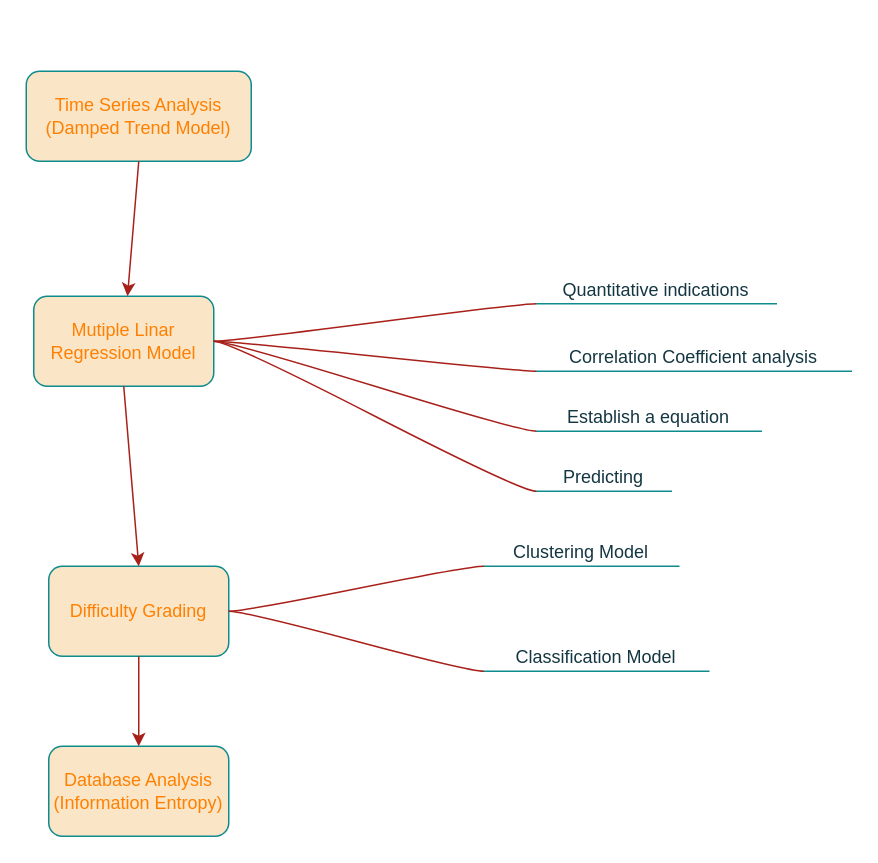
Before: 未命名绘图.drawio in Ember0520/Ember0520, a draw.io diagram. Source tidied: cells renumbered, new cells numbered last; positions are measured from the earlier drawing's top-left corner, leaving out a move shared by most shapes. Both pictures are drawn from the tidied source at 150%, with x=0, y=0 at pixel (26, 70).
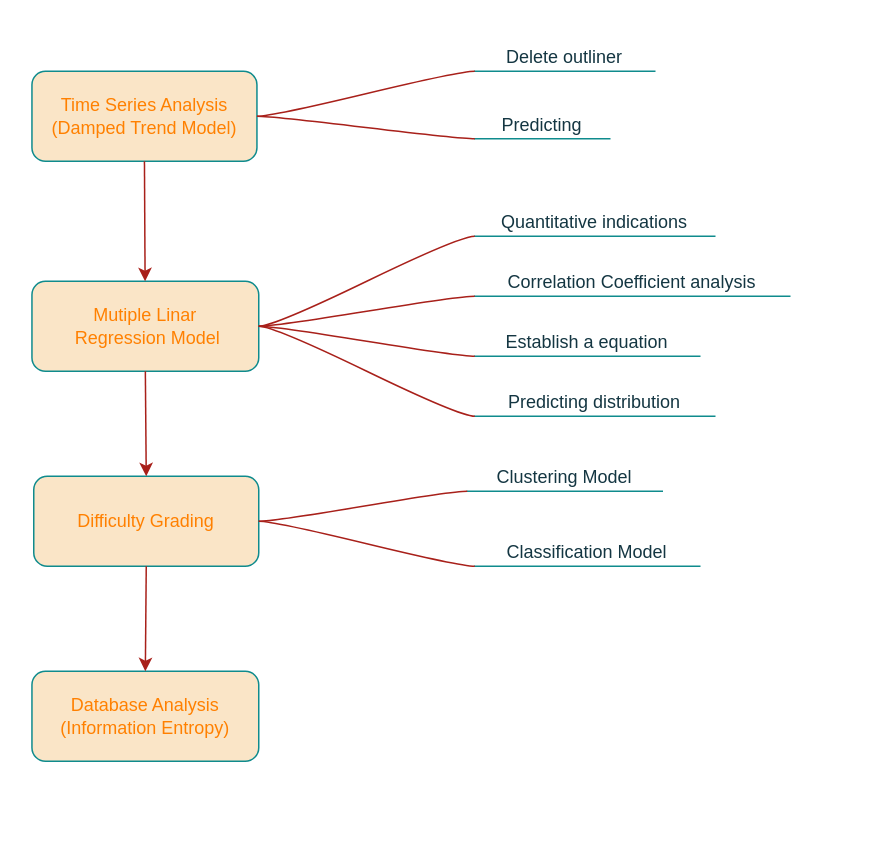
The same page after the edit.

Commit message:
更新未命名绘图.drawio

Diff of the diagram source:
```diff
@@
-    <mxCell id="2" value="&lt;font color=&quot;#ff8000&quot;&gt;Mutiple Linar Regression Model&lt;/font&gt;" style="rounded=1;whiteSpace=wrap;html=1;labelBackgroundColor=none;fillColor=#FAE5C7;strokeColor=#0F8B8D;fontColor=#143642;" parent="1" vertex="1">
-      <mxGeometry x="5" y="150" width="120" height="60" as="geometry" />
+    <mxCell id="2" value="&lt;font color=&quot;#ff8000&quot;&gt;Mutiple Linar&lt;br&gt;&amp;nbsp;Regression Model&lt;/font&gt;" style="rounded=1;whiteSpace=wrap;html=1;labelBackgroundColor=none;fillColor=#FAE5C7;strokeColor=#0F8B8D;fontColor=#143642;" parent="1" vertex="1">
+      <mxGeometry x="3.8" y="140" width="151.2" height="60" as="geometry" />
     </mxCell>
     <mxCell id="3" value="Quantitative indications" style="whiteSpace=wrap;html=1;shape=partialRectangle;top=0;left=0;bottom=1;right=0;points=[[0,1],[1,1]];fillColor=none;align=center;verticalAlign=bottom;routingCenterY=0.5;snapToPoint=1;newEdgeStyle={&quot;edgeStyle&quot;:&quot;entityRelationEdgeStyle&quot;,&quot;startArrow&quot;:&quot;none&quot;,&quot;endArrow&quot;:&quot;none&quot;,&quot;segment&quot;:10,&quot;curved&quot;:1,&quot;sourcePerimeterSpacing&quot;:0,&quot;targetPerimeterSpacing&quot;:0};labelBackgroundColor=none;strokeColor=#0F8B8D;fontColor=#143642;" parent="1" vertex="1">
-      <mxGeometry x="340" y="125" width="160" height="30" as="geometry" />
+      <mxGeometry x="299" y="80" width="160" height="30" as="geometry" />
     </mxCell>
@@
     <mxCell id="5" value="&lt;font color=&quot;#ff8000&quot;&gt;Difficulty Grading&lt;/font&gt;" style="rounded=1;whiteSpace=wrap;html=1;labelBackgroundColor=none;fillColor=#FAE5C7;strokeColor=#0F8B8D;fontColor=#143642;" parent="1" vertex="1">
-      <mxGeometry x="15" y="330" width="120" height="60" as="geometry" />
+      <mxGeometry x="5" y="270" width="150" height="60" as="geometry" />
     </mxCell>
     <mxCell id="6" value="&lt;font color=&quot;#ff8000&quot;&gt;Database Analysis&lt;br&gt;(Information Entropy)&lt;/font&gt;" style="rounded=1;whiteSpace=wrap;html=1;labelBackgroundColor=none;fillColor=#FAE5C7;strokeColor=#0F8B8D;fontColor=#143642;" parent="1" vertex="1">
-      <mxGeometry x="15" y="450" width="120" height="60" as="geometry" />
+      <mxGeometry x="3.8" y="400" width="151.2" height="60" as="geometry" />
     </mxCell>
     <mxCell id="7" value="Time Series Analysis&lt;br&gt;(Damped Trend Model)" style="rounded=1;whiteSpace=wrap;html=1;labelBackgroundColor=none;fillColor=#FAE5C7;strokeColor=#0F8B8D;fontColor=#FF8000;" parent="1" vertex="1">
-      <mxGeometry width="150" height="60" as="geometry" />
+      <mxGeometry x="3.8" width="150" height="60" as="geometry" />
     </mxCell>
     <mxCell id="8" value="Correlation Coefficient analysis" style="whiteSpace=wrap;html=1;shape=partialRectangle;top=0;left=0;bottom=1;right=0;points=[[0,1],[1,1]];fillColor=none;align=center;verticalAlign=bottom;routingCenterY=0.5;snapToPoint=1;newEdgeStyle={&quot;edgeStyle&quot;:&quot;entityRelationEdgeStyle&quot;,&quot;startArrow&quot;:&quot;none&quot;,&quot;endArrow&quot;:&quot;none&quot;,&quot;segment&quot;:10,&quot;curved&quot;:1,&quot;sourcePerimeterSpacing&quot;:0,&quot;targetPerimeterSpacing&quot;:0};labelBackgroundColor=none;strokeColor=#0F8B8D;fontColor=#143642;" parent="1" vertex="1">
-      <mxGeometry x="340" y="170" width="210" height="30" as="geometry" />
+      <mxGeometry x="299" y="120" width="210" height="30" as="geometry" />
     </mxCell>
@@
     <mxCell id="10" value="Establish a equation" style="whiteSpace=wrap;html=1;shape=partialRectangle;top=0;left=0;bottom=1;right=0;points=[[0,1],[1,1]];fillColor=none;align=center;verticalAlign=bottom;routingCenterY=0.5;snapToPoint=1;newEdgeStyle={&quot;edgeStyle&quot;:&quot;entityRelationEdgeStyle&quot;,&quot;startArrow&quot;:&quot;none&quot;,&quot;endArrow&quot;:&quot;none&quot;,&quot;segment&quot;:10,&quot;curved&quot;:1,&quot;sourcePerimeterSpacing&quot;:0,&quot;targetPerimeterSpacing&quot;:0};labelBackgroundColor=none;strokeColor=#0F8B8D;fontColor=#143642;" parent="1" vertex="1">
-      <mxGeometry x="340" y="210" width="150" height="30" as="geometry" />
+      <mxGeometry x="299" y="160" width="150" height="30" as="geometry" />
     </mxCell>
@@
-    <mxCell id="12" value="Predicting" style="whiteSpace=wrap;html=1;shape=partialRectangle;top=0;left=0;bottom=1;right=0;points=[[0,1],[1,1]];fillColor=none;align=center;verticalAlign=bottom;routingCenterY=0.5;snapToPoint=1;newEdgeStyle={&quot;edgeStyle&quot;:&quot;entityRelationEdgeStyle&quot;,&quot;startArrow&quot;:&quot;none&quot;,&quot;endArrow&quot;:&quot;none&quot;,&quot;segment&quot;:10,&quot;curved&quot;:1,&quot;sourcePerimeterSpacing&quot;:0,&quot;targetPerimeterSpacing&quot;:0};labelBackgroundColor=none;strokeColor=#0F8B8D;fontColor=#143642;" parent="1" vertex="1">
-      <mxGeometry x="340" y="250" width="90" height="30" as="geometry" />
+    <mxCell id="12" value="Predicting distribution" style="whiteSpace=wrap;html=1;shape=partialRectangle;top=0;left=0;bottom=1;right=0;points=[[0,1],[1,1]];fillColor=none;align=center;verticalAlign=bottom;routingCenterY=0.5;snapToPoint=1;newEdgeStyle={&quot;edgeStyle&quot;:&quot;entityRelationEdgeStyle&quot;,&quot;startArrow&quot;:&quot;none&quot;,&quot;endArrow&quot;:&quot;none&quot;,&quot;segment&quot;:10,&quot;curved&quot;:1,&quot;sourcePerimeterSpacing&quot;:0,&quot;targetPerimeterSpacing&quot;:0};labelBackgroundColor=none;strokeColor=#0F8B8D;fontColor=#143642;" parent="1" vertex="1">
+      <mxGeometry x="299" y="200" width="160" height="30" as="geometry" />
     </mxCell>
@@
     <mxCell id="14" value="Clustering Model" style="whiteSpace=wrap;html=1;shape=partialRectangle;top=0;left=0;bottom=1;right=0;points=[[0,1],[1,1]];fillColor=none;align=center;verticalAlign=bottom;routingCenterY=0.5;snapToPoint=1;newEdgeStyle={&quot;edgeStyle&quot;:&quot;entityRelationEdgeStyle&quot;,&quot;startArrow&quot;:&quot;none&quot;,&quot;endArrow&quot;:&quot;none&quot;,&quot;segment&quot;:10,&quot;curved&quot;:1,&quot;sourcePerimeterSpacing&quot;:0,&quot;targetPerimeterSpacing&quot;:0};labelBackgroundColor=none;strokeColor=#0F8B8D;fontColor=#143642;" parent="1" vertex="1">
-      <mxGeometry x="305" y="300" width="130" height="30" as="geometry" />
+      <mxGeometry x="294" y="250" width="130" height="30" as="geometry" />
     </mxCell>
@@
     <mxCell id="16" value="Classification Model" style="whiteSpace=wrap;html=1;shape=partialRectangle;top=0;left=0;bottom=1;right=0;points=[[0,1],[1,1]];fillColor=none;align=center;verticalAlign=bottom;routingCenterY=0.5;snapToPoint=1;newEdgeStyle={&quot;edgeStyle&quot;:&quot;entityRelationEdgeStyle&quot;,&quot;startArrow&quot;:&quot;none&quot;,&quot;endArrow&quot;:&quot;none&quot;,&quot;segment&quot;:10,&quot;curved&quot;:1,&quot;sourcePerimeterSpacing&quot;:0,&quot;targetPerimeterSpacing&quot;:0};labelBackgroundColor=none;strokeColor=#0F8B8D;fontColor=#143642;" parent="1" vertex="1">
-      <mxGeometry x="305" y="370" width="150" height="30" as="geometry" />
+      <mxGeometry x="299" y="300" width="150" height="30" as="geometry" />
     </mxCell>
@@
+    <mxCell id="21" value="Delete outliner" style="whiteSpace=wrap;html=1;shape=partialRectangle;top=0;left=0;bottom=1;right=0;points=[[0,1],[1,1]];fillColor=none;align=center;verticalAlign=bottom;routingCenterY=0.5;snapToPoint=1;newEdgeStyle={&quot;edgeStyle&quot;:&quot;entityRelationEdgeStyle&quot;,&quot;startArrow&quot;:&quot;none&quot;,&quot;endArrow&quot;:&quot;none&quot;,&quot;segment&quot;:10,&quot;curved&quot;:1,&quot;sourcePerimeterSpacing&quot;:0,&quot;targetPerimeterSpacing&quot;:0};strokeColor=#0F8B8D;fontColor=#143642;" parent="1" vertex="1">
+      <mxGeometry x="299" y="-30" width="120" height="30" as="geometry" />
+    </mxCell>
+    <mxCell id="22" style="edgeStyle=entityRelationEdgeStyle;startArrow=none;endArrow=none;segment=10;curved=1;sourcePerimeterSpacing=0;targetPerimeterSpacing=0;rounded=0;strokeColor=#A8201A;fontColor=#FF8000;fillColor=#FAE5C7;exitX=1;exitY=0.5;exitDx=0;exitDy=0;" parent="1" edge="1" source="7" target="21">
+      <mxGeometry relative="1" as="geometry" />
+    </mxCell>
+    <mxCell id="23" value="Predicting" style="whiteSpace=wrap;html=1;shape=partialRectangle;top=0;left=0;bottom=1;right=0;points=[[0,1],[1,1]];fillColor=none;align=center;verticalAlign=bottom;routingCenterY=0.5;snapToPoint=1;newEdgeStyle={&quot;edgeStyle&quot;:&quot;entityRelationEdgeStyle&quot;,&quot;startArrow&quot;:&quot;none&quot;,&quot;endArrow&quot;:&quot;none&quot;,&quot;segment&quot;:10,&quot;curved&quot;:1,&quot;sourcePerimeterSpacing&quot;:0,&quot;targetPerimeterSpacing&quot;:0};strokeColor=#0F8B8D;fontColor=#143642;" parent="1" vertex="1">
+      <mxGeometry x="299" y="15" width="90" height="30" as="geometry" />
+    </mxCell>
+    <mxCell id="24" style="edgeStyle=entityRelationEdgeStyle;startArrow=none;endArrow=none;segment=10;curved=1;sourcePerimeterSpacing=0;targetPerimeterSpacing=0;rounded=0;strokeColor=#A8201A;fontColor=#143642;fillColor=#FAE5C7;exitX=1;exitY=0.5;exitDx=0;exitDy=0;" parent="1" edge="1" source="7" target="23">
+      <mxGeometry relative="1" as="geometry" />
+    </mxCell>
```
